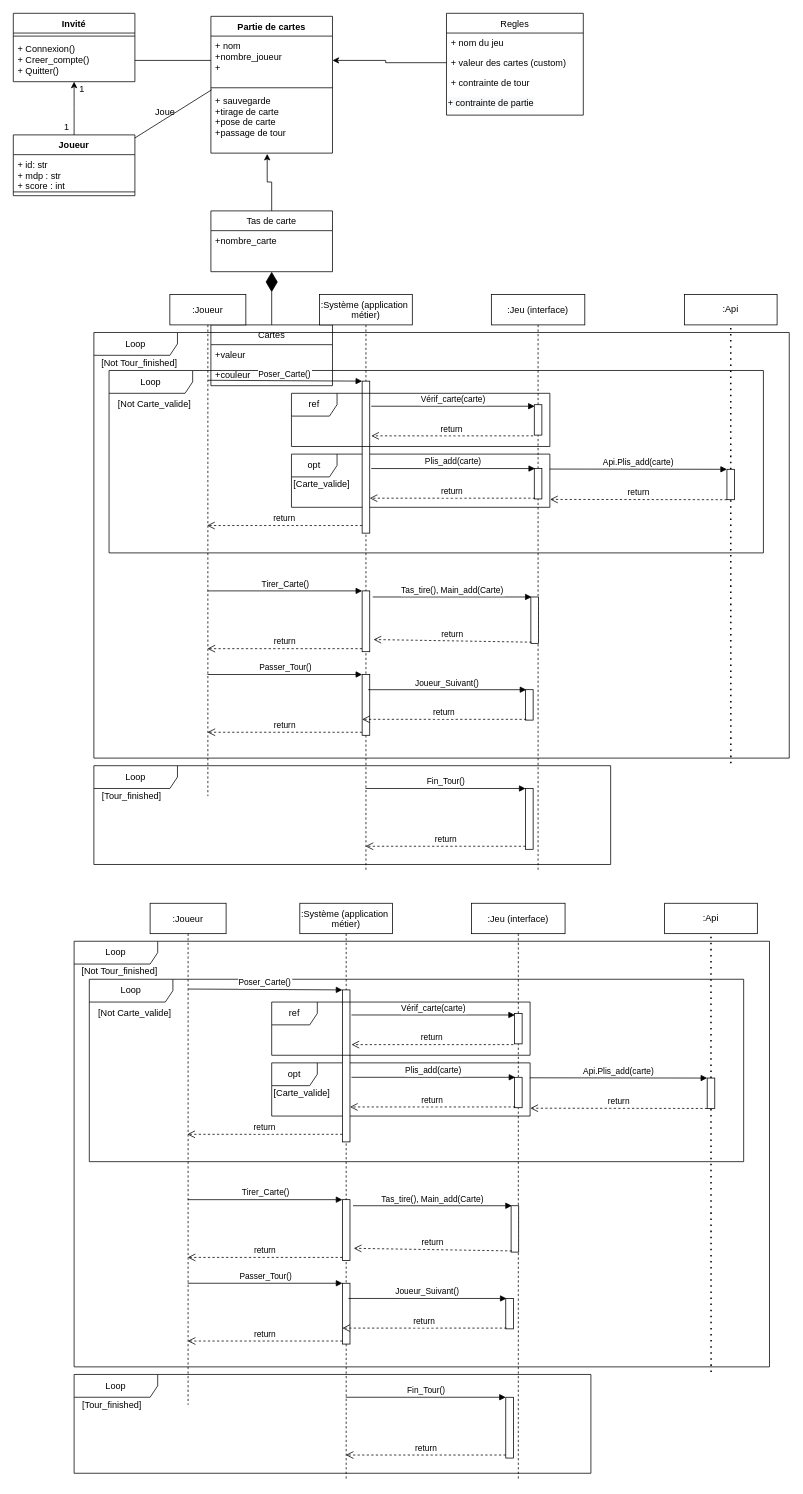
Earlier version of the draw.io diagram Diagrams/Entity Relationship Diagram.drawio (MailineN/ProjetInfo2A). Source tidied: cells renumbered, new cells numbered last; positions are measured from the earlier drawing's top-left corner, leaving out a move shared by most shapes. Both pictures are drawn from the tidied source at 76%, with x=0, y=0 at pixel (13, 13).
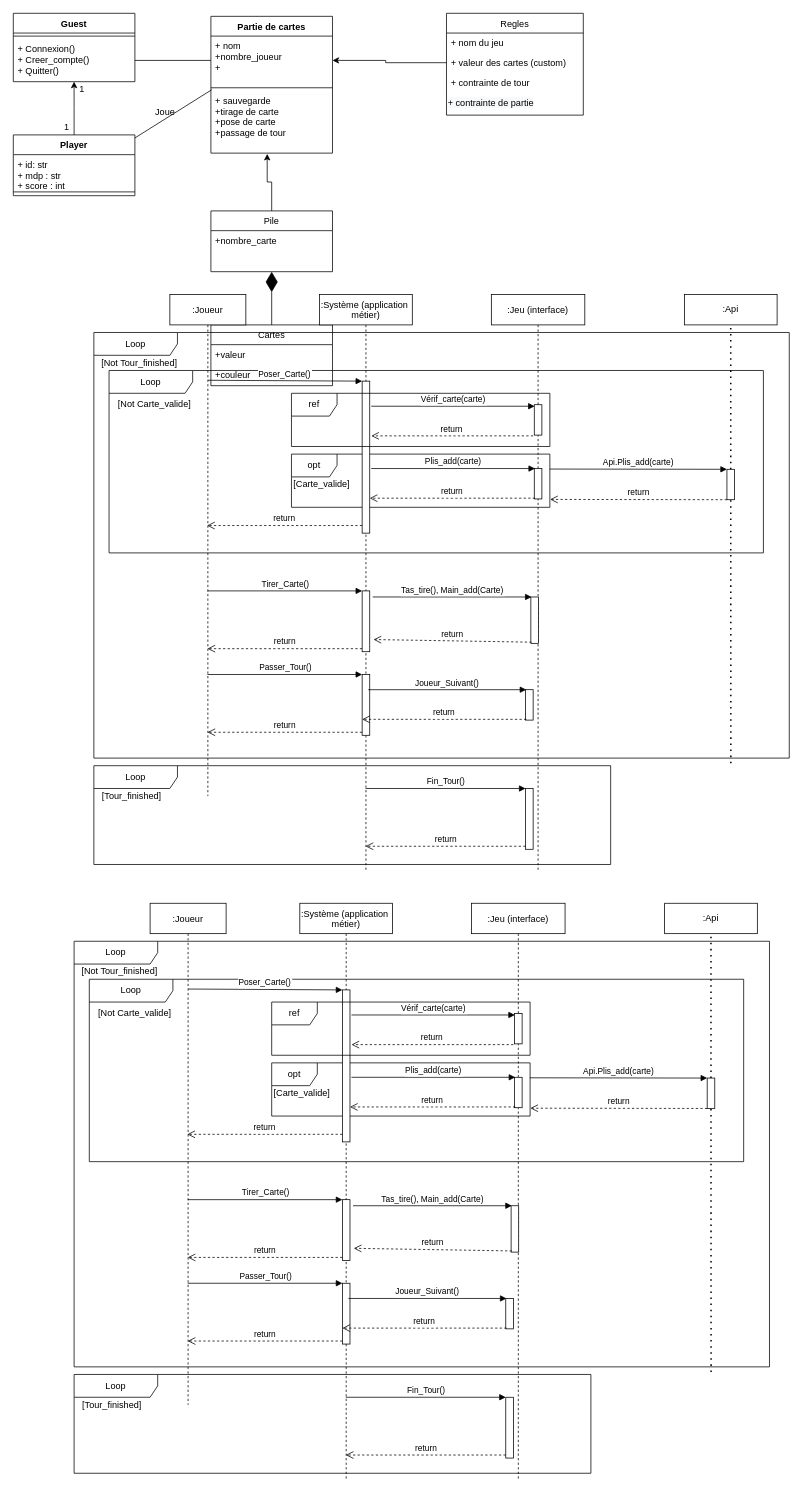
After the change.

Diff of the diagram source:
```diff
@@
-    <mxCell id="2" value="Invité" style="swimlane;fontStyle=1;align=center;verticalAlign=top;horizontal=1;startSize=26;" parent="1" vertex="1">
+    <mxCell id="2" value="Guest" style="swimlane;fontStyle=1;align=center;verticalAlign=top;horizontal=1;startSize=26;" parent="1" vertex="1">
       <mxGeometry width="160" height="90" as="geometry" />
     </mxCell>
@@
-    <mxCell id="6" value="Joueur" style="swimlane;fontStyle=1;align=center;verticalAlign=top;horizontal=1;startSize=26;" parent="1" vertex="1">
+    <mxCell id="6" value="Player" style="swimlane;fontStyle=1;align=center;verticalAlign=top;horizontal=1;startSize=26;" parent="1" vertex="1">
       <mxGeometry y="160" width="160" height="80" as="geometry" />
     </mxCell>
@@
-    <mxCell id="25" value="Tas de carte" style="swimlane;fontStyle=0;horizontal=1;startSize=26;fillColor=none;" parent="1" vertex="1">
+    <mxCell id="25" value="Pile" style="swimlane;fontStyle=0;horizontal=1;startSize=26;fillColor=none;" parent="1" vertex="1">
       <mxGeometry x="260" y="260" width="160" height="80" as="geometry" />
     </mxCell>
```
